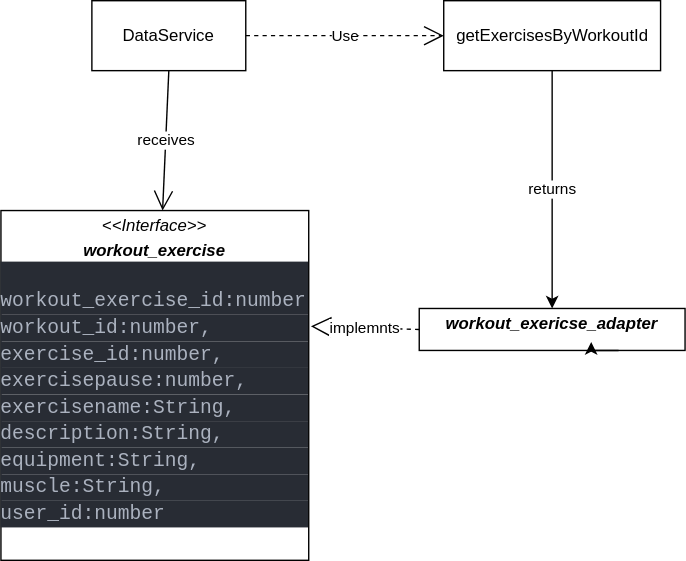
Before: AdapterPattern.drawio.svg, a diagram exported from draw.io (willizielke/FitnessWebAppDocumentation). Source tidied: cells renumbered, new cells last; positions are measured from the earlier drawing's top-left corner, leaving out a move shared by most shapes. Source of this version:
```xml
<mxGraphModel>
  <root>
    <mxCell id="0" />
    <mxCell id="1" parent="0" />
    <mxCell id="2" value="&lt;p style=&quot;margin:0px;margin-top:4px;text-align:center;&quot;&gt;&lt;i style=&quot;background-color: initial;&quot;&gt;&lt;b&gt;workout_exericse_adapter&lt;/b&gt;&lt;/i&gt;&lt;br&gt;&lt;/p&gt;&lt;p style=&quot;margin:0px;margin-left:4px;&quot;&gt;&lt;br&gt;&lt;/p&gt;&lt;hr size=&quot;1&quot;&gt;&lt;p style=&quot;margin:0px;margin-left:4px;&quot;&gt;&lt;br&gt;&lt;/p&gt;" style="verticalAlign=top;align=left;overflow=fill;fontSize=12;fontFamily=Helvetica;html=1;whiteSpace=wrap;" parent="1" vertex="1">
      <mxGeometry x="299" y="220" width="190" height="30" as="geometry" />
    </mxCell>
    <mxCell id="3" value="&lt;p style=&quot;margin:0px;margin-top:4px;text-align:center;&quot;&gt;&lt;i&gt;&amp;lt;&amp;lt;Interface&amp;gt;&amp;gt;&lt;/i&gt;&lt;/p&gt;&lt;p style=&quot;margin:0px;margin-top:4px;text-align:center;&quot;&gt;&lt;i&gt;&lt;b&gt;workout_exercise&lt;/b&gt;&lt;/i&gt;&lt;br&gt;&lt;/p&gt;&lt;p style=&quot;margin:0px;margin-left:4px;&quot;&gt;&lt;/p&gt;&lt;div style=&quot;color: rgb(171, 178, 191); background-color: rgb(40, 44, 52); font-family: Consolas, &amp;quot;Courier New&amp;quot;, monospace; font-size: 14px; line-height: 19px;&quot;&gt;&amp;nbsp; workout_exercise_id:number,&lt;/div&gt;&lt;div style=&quot;color: rgb(171, 178, 191); background-color: rgb(40, 44, 52); font-family: Consolas, &amp;quot;Courier New&amp;quot;, monospace; font-size: 14px; line-height: 19px;&quot;&gt;workout_id:number,&lt;/div&gt;&lt;div style=&quot;color: rgb(171, 178, 191); background-color: rgb(40, 44, 52); font-family: Consolas, &amp;quot;Courier New&amp;quot;, monospace; font-size: 14px; line-height: 19px;&quot;&gt;exercise_id:number,&lt;/div&gt;&lt;div style=&quot;color: rgb(171, 178, 191); background-color: rgb(40, 44, 52); font-family: Consolas, &amp;quot;Courier New&amp;quot;, monospace; font-size: 14px; line-height: 19px;&quot;&gt;exercisepause:number,&lt;/div&gt;&lt;div style=&quot;color: rgb(171, 178, 191); background-color: rgb(40, 44, 52); font-family: Consolas, &amp;quot;Courier New&amp;quot;, monospace; font-size: 14px; line-height: 19px;&quot;&gt;exercisename:String,&lt;/div&gt;&lt;div style=&quot;color: rgb(171, 178, 191); background-color: rgb(40, 44, 52); font-family: Consolas, &amp;quot;Courier New&amp;quot;, monospace; font-size: 14px; line-height: 19px;&quot;&gt;description:String,&lt;/div&gt;&lt;div style=&quot;color: rgb(171, 178, 191); background-color: rgb(40, 44, 52); font-family: Consolas, &amp;quot;Courier New&amp;quot;, monospace; font-size: 14px; line-height: 19px;&quot;&gt;equipment:String,&lt;/div&gt;&lt;div style=&quot;color: rgb(171, 178, 191); background-color: rgb(40, 44, 52); font-family: Consolas, &amp;quot;Courier New&amp;quot;, monospace; font-size: 14px; line-height: 19px;&quot;&gt;muscle:String,&lt;/div&gt;&lt;div style=&quot;color: rgb(171, 178, 191); background-color: rgb(40, 44, 52); font-family: Consolas, &amp;quot;Courier New&amp;quot;, monospace; font-size: 14px; line-height: 19px;&quot;&gt;user_id:number&lt;/div&gt;" style="verticalAlign=top;align=left;overflow=fill;fontSize=12;fontFamily=Helvetica;html=1;whiteSpace=wrap;" parent="1" vertex="1">
      <mxGeometry y="150" width="220" height="250" as="geometry" />
    </mxCell>
    <mxCell id="4" value="implemnts" style="endArrow=block;dashed=1;endFill=0;endSize=12;html=1;rounded=0;entryX=1.007;entryY=0.331;entryDx=0;entryDy=0;entryPerimeter=0;exitX=0;exitY=0.5;exitDx=0;exitDy=0;" parent="1" edge="1" source="2" target="3">
      <mxGeometry relative="1" as="geometry" />
    </mxCell>
    <mxCell id="5" value="getExercisesByWorkoutId" style="html=1;whiteSpace=wrap;" parent="1" vertex="1">
      <mxGeometry x="316.5" width="155" height="50" as="geometry" />
    </mxCell>
    <mxCell id="6" value="DataService" style="html=1;whiteSpace=wrap;" parent="1" vertex="1">
      <mxGeometry x="65" width="110" height="50" as="geometry" />
    </mxCell>
    <mxCell id="7" value="receives" style="endArrow=open;endFill=1;endSize=12;html=1;rounded=0;exitX=0.5;exitY=1;exitDx=0;exitDy=0;" parent="1" edge="1" source="6" target="3">
      <mxGeometry relative="1" as="geometry" />
    </mxCell>
    <mxCell id="8" value="Use" style="endArrow=open;endSize=12;dashed=1;html=1;rounded=0;exitX=1;exitY=0.5;exitDx=0;exitDy=0;entryX=0;entryY=0.5;entryDx=0;entryDy=0;" parent="1" edge="1" source="6" target="5">
      <mxGeometry relative="1" as="geometry" />
    </mxCell>
    <mxCell id="9" value="returns" style="endArrow=classic;html=1;rounded=0;exitX=0.5;exitY=1;exitDx=0;exitDy=0;entryX=0.5;entryY=0;entryDx=0;entryDy=0;" parent="1" edge="1" source="5" target="2">
      <mxGeometry relative="1" as="geometry" />
    </mxCell>
    <mxCell id="10" style="edgeStyle=orthogonalEdgeStyle;rounded=0;orthogonalLoop=1;jettySize=auto;html=1;exitX=0.75;exitY=1;exitDx=0;exitDy=0;entryX=0.647;entryY=0.8;entryDx=0;entryDy=0;entryPerimeter=0;" parent="1" edge="1" source="2" target="2">
      <mxGeometry relative="1" as="geometry" />
    </mxCell>
  </root>
</mxGraphModel>
```
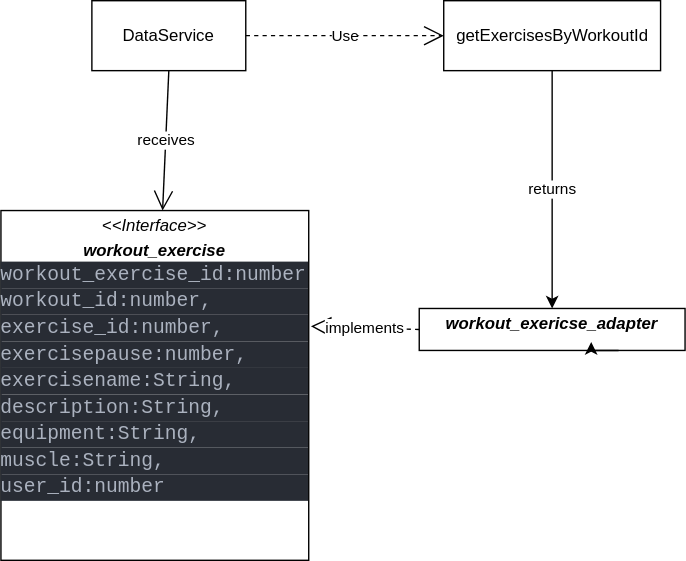
Later version of the same file.

What changed in the source:
```diff
@@ -8,7 +8,7 @@
     <mxCell id="3" value="&lt;p style=&quot;margin:0px;margin-top:4px;text-align:center;&quot;&gt;&lt;i&gt;&amp;lt;&amp;lt;Interface&amp;gt;&amp;gt;&lt;/i&gt;&lt;/p&gt;&lt;p style=&quot;margin:0px;margin-top:4px;text-align:center;&quot;&gt;&lt;i&gt;&lt;b&gt;workout_exercise&lt;/b&gt;&lt;/i&gt;&lt;br&gt;&lt;/p&gt;&lt;p style=&quot;margin:0px;margin-left:4px;&quot;&gt;&lt;/p&gt;&lt;div style=&quot;color: rgb(171, 178, 191); background-color: rgb(40, 44, 52); font-family: Consolas, &amp;quot;Courier New&amp;quot;, monospace; font-size: 14px; line-height: 19px;&quot;&gt;&amp;nbsp; workout_exercise_id:number,&lt;/div&gt;&lt;div style=&quot;color: rgb(171, 178, 191); background-color: rgb(40, 44, 52); font-family: Consolas, &amp;quot;Courier New&amp;quot;, monospace; font-size: 14px; line-height: 19px;&quot;&gt;workout_id:number,&lt;/div&gt;&lt;div style=&quot;color: rgb(171, 178, 191); background-color: rgb(40, 44, 52); font-family: Consolas, &amp;quot;Courier New&amp;quot;, monospace; font-size: 14px; line-height: 19px;&quot;&gt;exercise_id:number,&lt;/div&gt;&lt;div style=&quot;color: rgb(171, 178, 191); background-color: rgb(40, 44, 52); font-family: Consolas, &amp;quot;Courier New&amp;quot;, monospace; font-size: 14px; line-height: 19px;&quot;&gt;exercisepause:number,&lt;/div&gt;&lt;div style=&quot;color: rgb(171, 178, 191); background-color: rgb(40, 44, 52); font-family: Consolas, &amp;quot;Courier New&amp;quot;, monospace; font-size: 14px; line-height: 19px;&quot;&gt;exercisename:String,&lt;/div&gt;&lt;div style=&quot;color: rgb(171, 178, 191); background-color: rgb(40, 44, 52); font-family: Consolas, &amp;quot;Courier New&amp;quot;, monospace; font-size: 14px; line-height: 19px;&quot;&gt;description:String,&lt;/div&gt;&lt;div style=&quot;color: rgb(171, 178, 191); background-color: rgb(40, 44, 52); font-family: Consolas, &amp;quot;Courier New&amp;quot;, monospace; font-size: 14px; line-height: 19px;&quot;&gt;equipment:String,&lt;/div&gt;&lt;div style=&quot;color: rgb(171, 178, 191); background-color: rgb(40, 44, 52); font-family: Consolas, &amp;quot;Courier New&amp;quot;, monospace; font-size: 14px; line-height: 19px;&quot;&gt;muscle:String,&lt;/div&gt;&lt;div style=&quot;color: rgb(171, 178, 191); background-color: rgb(40, 44, 52); font-family: Consolas, &amp;quot;Courier New&amp;quot;, monospace; font-size: 14px; line-height: 19px;&quot;&gt;user_id:number&lt;/div&gt;" style="verticalAlign=top;align=left;overflow=fill;fontSize=12;fontFamily=Helvetica;html=1;whiteSpace=wrap;" parent="1" vertex="1">
       <mxGeometry y="150" width="220" height="250" as="geometry" />
     </mxCell>
-    <mxCell id="4" value="implemnts" style="endArrow=block;dashed=1;endFill=0;endSize=12;html=1;rounded=0;entryX=1.007;entryY=0.331;entryDx=0;entryDy=0;entryPerimeter=0;exitX=0;exitY=0.5;exitDx=0;exitDy=0;" parent="1" edge="1" source="2" target="3">
+    <mxCell id="4" value="implements" style="endArrow=block;dashed=1;endFill=0;endSize=12;html=1;rounded=0;entryX=1.007;entryY=0.331;entryDx=0;entryDy=0;entryPerimeter=0;exitX=0;exitY=0.5;exitDx=0;exitDy=0;" parent="1" edge="1" source="2" target="3">
       <mxGeometry relative="1" as="geometry" />
     </mxCell>
     <mxCell id="5" value="getExercisesByWorkoutId" style="html=1;whiteSpace=wrap;" parent="1" vertex="1">
```
